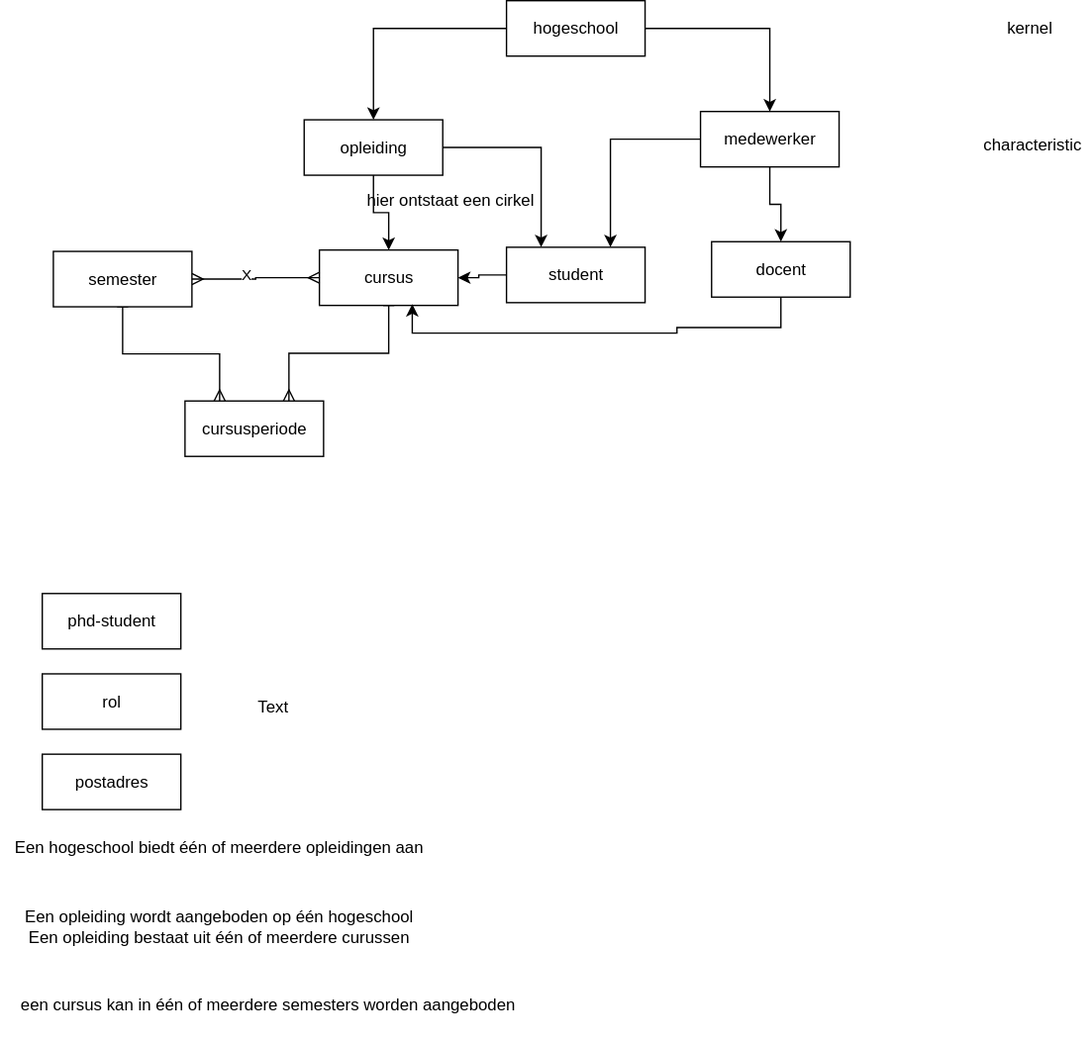
Earlier version of the draw.io export oefenen met schoolsystemen.svg (Jterveld/draw.io-modellen). Source tidied: cells renumbered, new cells last; positions are measured from the earlier drawing's top-left corner, leaving out a move shared by most shapes.
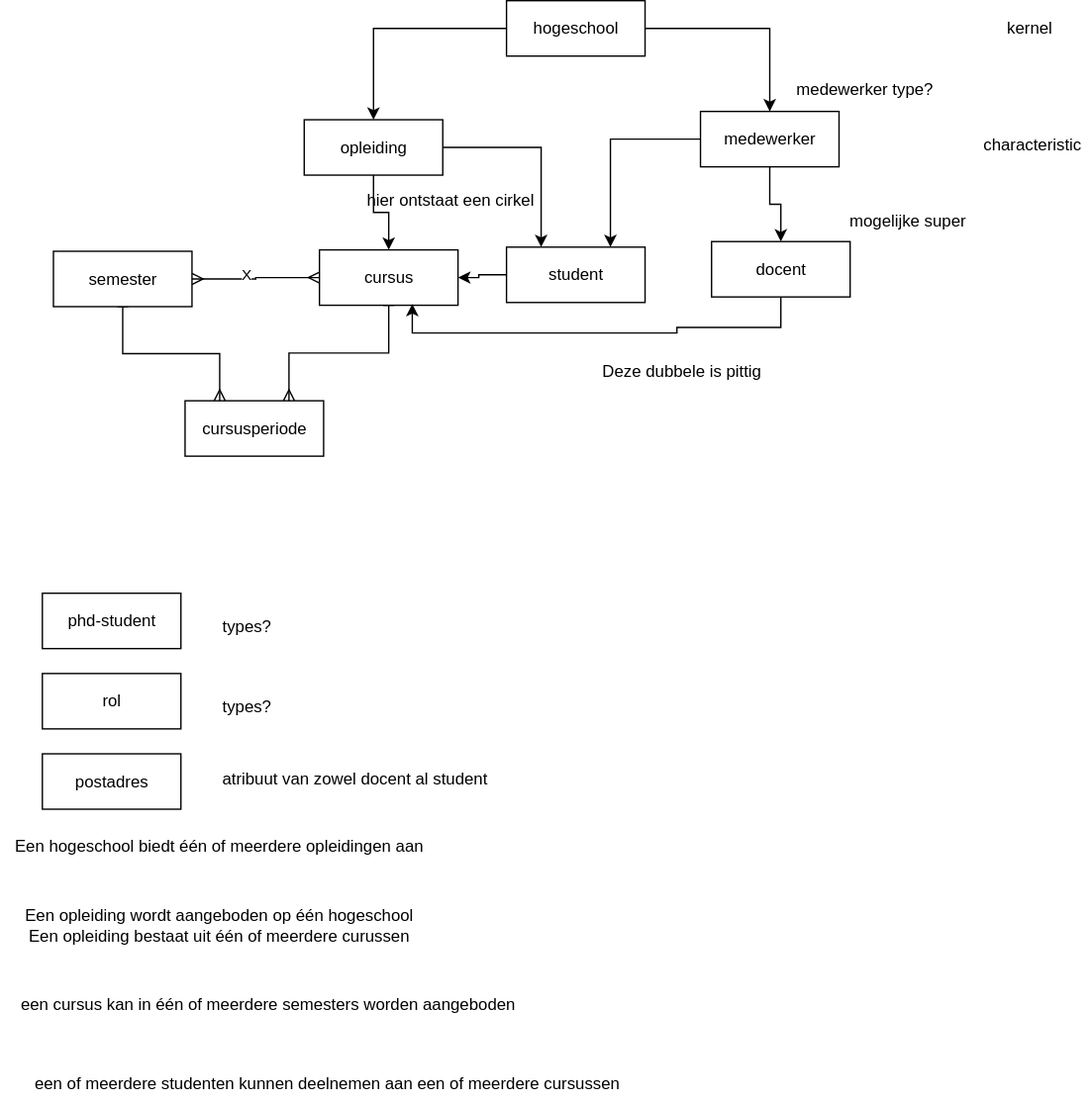
Later version of the same file.

What changed in the source:
```diff
@@ -77,8 +77,8 @@
     <mxCell id="26" value="characteristic" style="text;html=1;align=center;verticalAlign=middle;strokeColor=none;fillColor=none;" parent="1" vertex="1">
       <mxGeometry x="699" y="91" width="89" height="26" as="geometry" />
     </mxCell>
-    <mxCell id="27" value="Text" style="text;html=1;align=center;verticalAlign=middle;strokeColor=none;fillColor=none;" parent="1" vertex="1">
-      <mxGeometry x="176" y="497" width="40" height="26" as="geometry" />
+    <mxCell id="27" value="types?" style="text;html=1;align=center;verticalAlign=middle;strokeColor=none;fillColor=none;" parent="1" vertex="1">
+      <mxGeometry x="150" y="497" width="53" height="26" as="geometry" />
     </mxCell>
     <mxCell id="28" style="edgeStyle=orthogonalEdgeStyle;rounded=0;jettySize=auto;html=1;entryX=0.25;entryY=0;entryDx=0;entryDy=0;" parent="1" edge="1" source="3" target="8">
       <mxGeometry relative="1" as="geometry" />
@@ -99,5 +99,23 @@
         </Array>
       </mxGeometry>
     </mxCell>
+    <mxCell id="32" value="mogelijke super" style="text;html=1;align=center;verticalAlign=middle;strokeColor=none;fillColor=none;" parent="1" vertex="1">
+      <mxGeometry x="603" y="146" width="102" height="26" as="geometry" />
+    </mxCell>
+    <mxCell id="33" value="een of meerdere studenten kunnen deelnemen aan een of meerdere cursussen" style="text;html=1;align=center;verticalAlign=middle;strokeColor=none;fillColor=none;" parent="1" vertex="1">
+      <mxGeometry x="15" y="769" width="440" height="26" as="geometry" />
+    </mxCell>
+    <mxCell id="34" value="Deze dubbele is pittig" style="text;html=1;align=center;verticalAlign=middle;strokeColor=none;fillColor=none;" parent="1" vertex="1">
+      <mxGeometry x="424" y="255" width="133" height="26" as="geometry" />
+    </mxCell>
+    <mxCell id="35" value="types?" style="text;html=1;align=center;verticalAlign=middle;strokeColor=none;fillColor=none;" parent="1" vertex="1">
+      <mxGeometry x="150" y="439" width="53" height="26" as="geometry" />
+    </mxCell>
+    <mxCell id="36" value="medewerker type?" style="text;html=1;align=center;verticalAlign=middle;strokeColor=none;fillColor=none;" parent="1" vertex="1">
+      <mxGeometry x="564" y="51" width="117" height="26" as="geometry" />
+    </mxCell>
+    <mxCell id="37" value="atribuut van zowel docent al student" style="text;html=1;align=center;verticalAlign=middle;strokeColor=none;fillColor=none;" parent="1" vertex="1">
+      <mxGeometry x="150" y="549" width="209" height="26" as="geometry" />
+    </mxCell>
   </root>
 </mxGraphModel>
```
